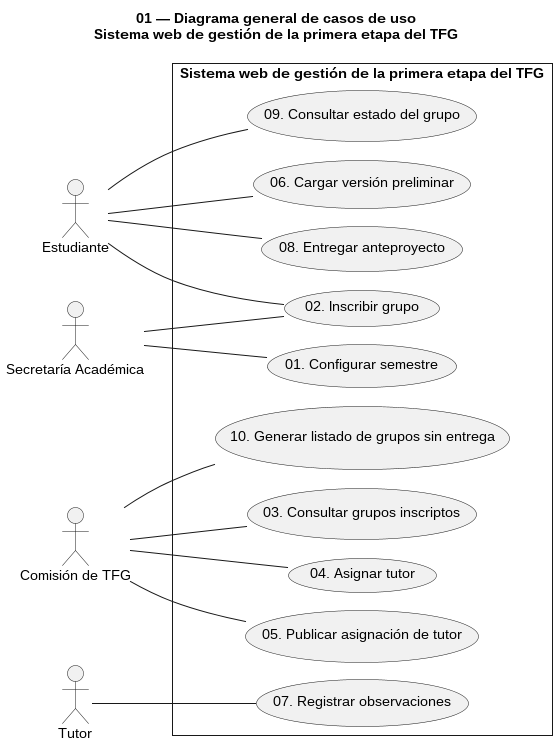
Ssrrb/tpf-uca keeps this PlantUML diagram as out/tpf/diagramas/01-casos-de-uso-general/01-casos-de-uso-general.png. Above is the earlier version.
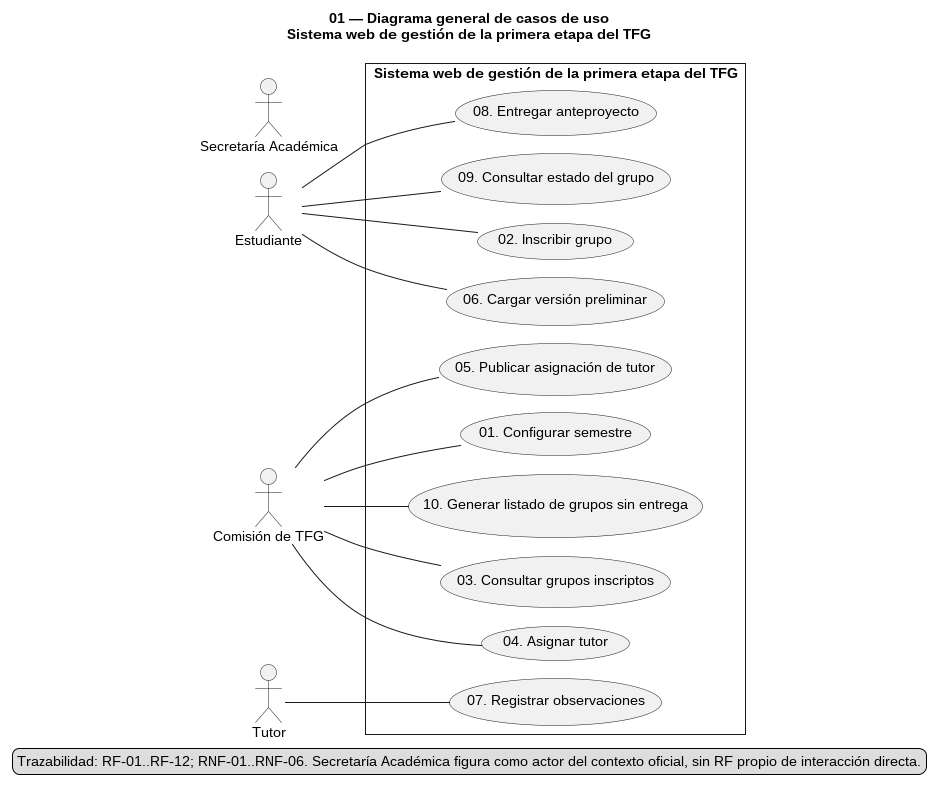
The same diagram one commit later.

The edit, as a diff of the source:
```diff
@@ -29,13 +29,15 @@
 Estudiante -- UC08
 Estudiante -- UC09
 
-Secretaria -- UC01
-Secretaria -- UC02
-
+Comision -- UC01
 Comision -- UC03
 Comision -- UC04
 Comision -- UC05
 Comision -- UC10
 
 Tutor -- UC07
+
+legend bottom
+Trazabilidad: RF-01..RF-12; RNF-01..RNF-06. Secretaría Académica figura como actor del contexto oficial, sin RF propio de interacción directa.
+endlegend
 @enduml
```
